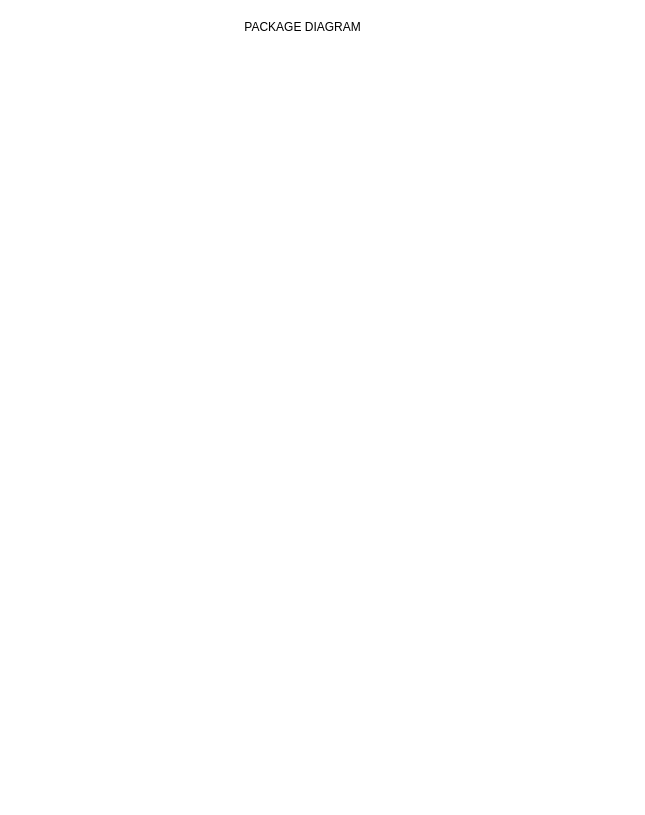
Above: Diagrams/PackageDiagram.drawio in schurch82/High-Five-Star (draw.io), before the change. Source tidied: cells renumbered, new cells numbered last; positions are measured from the earlier drawing's top-left corner, leaving out a move shared by most shapes. Both pictures are drawn from the tidied source at 100%, with x=0, y=0 at pixel (237, 17).
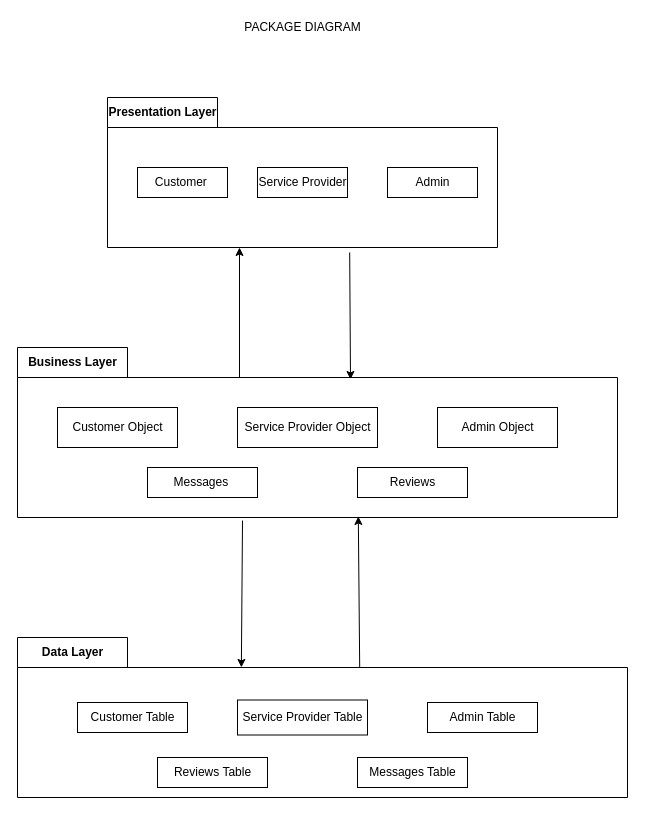
The same diagram, later.

Commit message (it also covers changes not shown here):
Adds all packages

Change to the diagram source:
```diff
@@
+    <mxCell id="3" style="edgeStyle=none;html=1;entryX=0.555;entryY=0.188;entryDx=0;entryDy=0;entryPerimeter=0;exitX=0.621;exitY=1.033;exitDx=0;exitDy=0;exitPerimeter=0;" parent="1" edge="1" source="4" target="10">
+      <mxGeometry relative="1" as="geometry" />
+    </mxCell>
+    <mxCell id="4" value="Presentation Layer" style="shape=folder;fontStyle=1;tabWidth=110;tabHeight=30;tabPosition=left;html=1;boundedLbl=1;labelInHeader=1;" parent="1" vertex="1">
+      <mxGeometry x="-130" y="80" width="390" height="150" as="geometry" />
+    </mxCell>
+    <mxCell id="5" value="Customer&amp;nbsp;" style="html=1;" parent="4" vertex="1">
+      <mxGeometry width="90" height="30" relative="1" as="geometry">
+        <mxPoint x="30" y="70" as="offset" />
+      </mxGeometry>
+    </mxCell>
+    <mxCell id="6" value="Admin" style="html=1;" parent="4" vertex="1">
+      <mxGeometry x="280" y="70" width="90" height="30" as="geometry" />
+    </mxCell>
+    <mxCell id="7" value="Service Provider" style="html=1;" parent="4" vertex="1">
+      <mxGeometry x="150" y="70" width="90" height="30" as="geometry" />
+    </mxCell>
+    <mxCell id="8" style="edgeStyle=none;html=1;exitX=0.37;exitY=0.18;exitDx=0;exitDy=0;exitPerimeter=0;" parent="1" edge="1" source="10">
+      <mxGeometry relative="1" as="geometry">
+        <mxPoint x="2" y="230" as="targetPoint" />
+      </mxGeometry>
+    </mxCell>
+    <mxCell id="9" style="edgeStyle=none;html=1;exitX=0.375;exitY=1.018;exitDx=0;exitDy=0;exitPerimeter=0;entryX=0.367;entryY=0.187;entryDx=0;entryDy=0;entryPerimeter=0;" parent="1" edge="1" source="10" target="17">
+      <mxGeometry relative="1" as="geometry" />
+    </mxCell>
+    <mxCell id="10" value="Business Layer" style="shape=folder;fontStyle=1;tabWidth=110;tabHeight=30;tabPosition=left;html=1;boundedLbl=1;labelInHeader=1;" parent="1" vertex="1">
+      <mxGeometry x="-220" y="330" width="600" height="170" as="geometry" />
+    </mxCell>
+    <mxCell id="11" value="Customer Object" style="html=1;" parent="10" vertex="1">
+      <mxGeometry width="120" height="40" relative="1" as="geometry">
+        <mxPoint x="40" y="60" as="offset" />
+      </mxGeometry>
+    </mxCell>
+    <mxCell id="12" value="Admin Object" style="html=1;" parent="10" vertex="1">
+      <mxGeometry x="420" y="60" width="120" height="40" as="geometry" />
+    </mxCell>
+    <mxCell id="13" value="Service Provider Object" style="html=1;" parent="10" vertex="1">
+      <mxGeometry x="220" y="60" width="140" height="40" as="geometry" />
+    </mxCell>
+    <mxCell id="14" value="Messages&amp;nbsp;" style="html=1;" parent="10" vertex="1">
+      <mxGeometry x="130" y="120" width="110" height="30" as="geometry" />
+    </mxCell>
+    <mxCell id="15" value="Reviews" style="html=1;" parent="10" vertex="1">
+      <mxGeometry x="340" y="120" width="110" height="30" as="geometry" />
+    </mxCell>
+    <mxCell id="16" style="edgeStyle=none;html=1;exitX=0.561;exitY=0.193;exitDx=0;exitDy=0;exitPerimeter=0;entryX=0.568;entryY=0.994;entryDx=0;entryDy=0;entryPerimeter=0;" parent="1" edge="1" source="17" target="10">
+      <mxGeometry relative="1" as="geometry" />
+    </mxCell>
+    <mxCell id="17" value="Data Layer" style="shape=folder;fontStyle=1;tabWidth=110;tabHeight=30;tabPosition=left;html=1;boundedLbl=1;labelInHeader=1;" parent="1" vertex="1">
+      <mxGeometry x="-220" y="620" width="610" height="160" as="geometry" />
+    </mxCell>
+    <mxCell id="18" value="Customer Table" style="html=1;" parent="17" vertex="1">
+      <mxGeometry width="110" height="30" relative="1" as="geometry">
+        <mxPoint x="60" y="65" as="offset" />
+      </mxGeometry>
+    </mxCell>
+    <mxCell id="19" value="Admin Table" style="html=1;" parent="17" vertex="1">
+      <mxGeometry x="410" y="65" width="110" height="30" as="geometry" />
+    </mxCell>
+    <mxCell id="20" value="Service Provider Table" style="html=1;" parent="17" vertex="1">
+      <mxGeometry x="220" y="62.5" width="130" height="35" as="geometry" />
+    </mxCell>
+    <mxCell id="21" value="Messages Table" style="html=1;" parent="17" vertex="1">
+      <mxGeometry x="340" y="120" width="110" height="30" as="geometry" />
+    </mxCell>
+    <mxCell id="22" value="Reviews Table" style="html=1;" parent="17" vertex="1">
+      <mxGeometry x="140" y="120" width="110" height="30" as="geometry" />
+    </mxCell>
```
